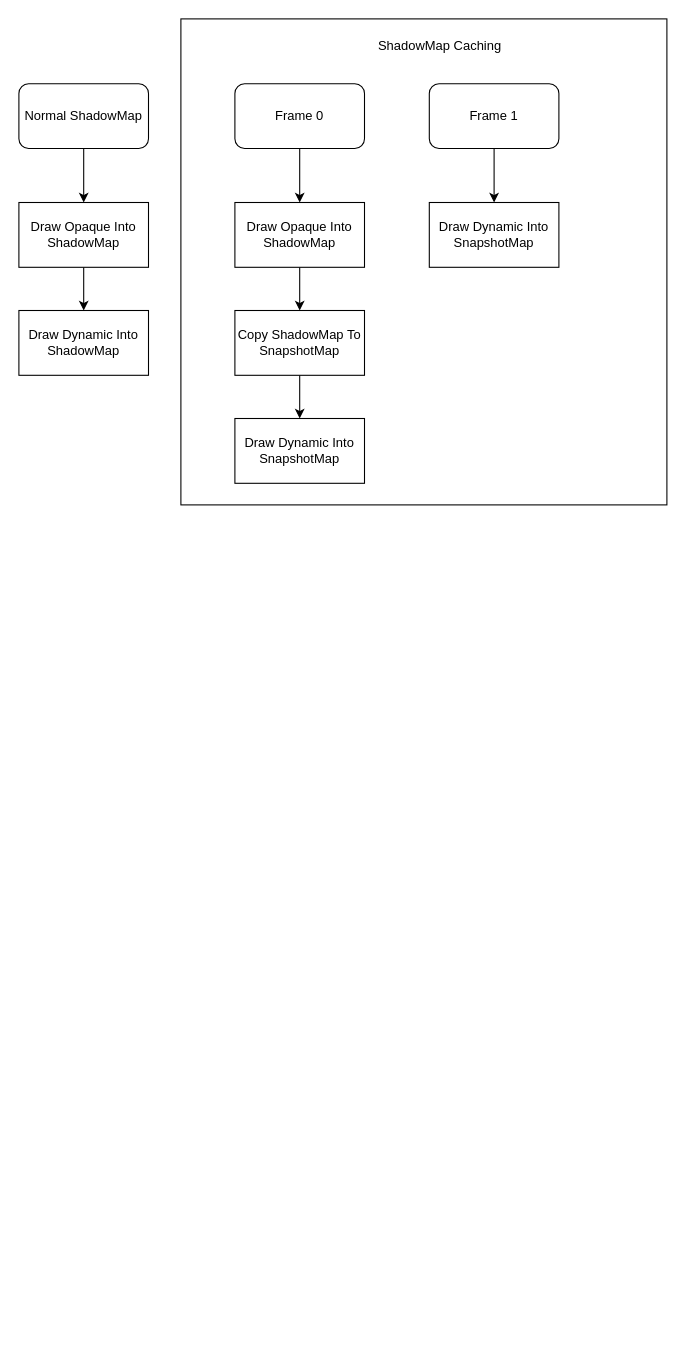
Earlier version of the draw.io diagram CachedShadowMap.drawio (dreamfairy/DrawIO). Source tidied: cells renumbered, new cells numbered last; positions are measured from the earlier drawing's top-left corner, leaving out a move shared by most shapes. Both pictures are drawn from the tidied source at 108%, with x=0, y=0 at pixel (18, 18).
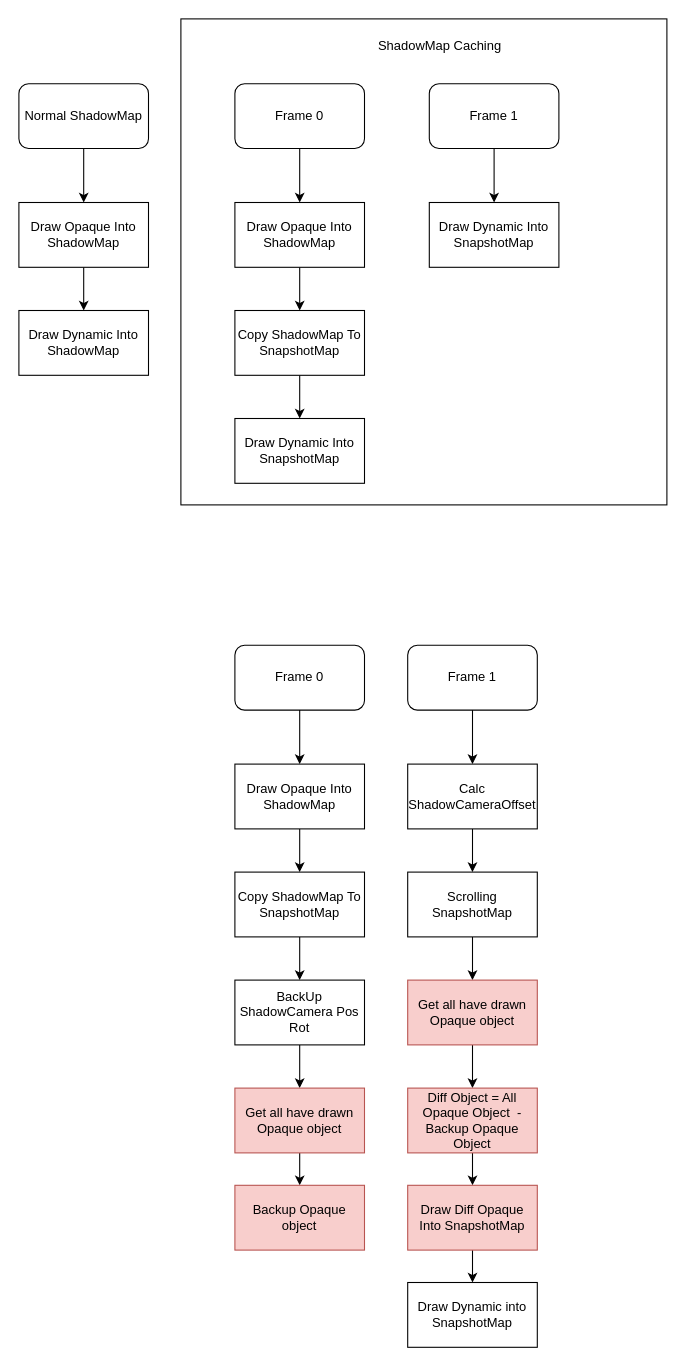
The same page after the edit.

What changed in the source:
```diff
@@
+    <mxCell id="19" style="edgeStyle=orthogonalEdgeStyle;rounded=0;jettySize=auto;html=1;" parent="1" edge="1" source="20">
+      <mxGeometry relative="1" as="geometry">
+        <mxPoint x="260" y="690" as="targetPoint" />
+      </mxGeometry>
+    </mxCell>
+    <mxCell id="20" value="Frame 0" style="rounded=1;whiteSpace=wrap;html=1;" parent="1" vertex="1">
+      <mxGeometry x="200" y="580" width="120" height="60" as="geometry" />
+    </mxCell>
+    <mxCell id="21" style="edgeStyle=orthogonalEdgeStyle;rounded=0;jettySize=auto;html=1;" parent="1" edge="1" source="22">
+      <mxGeometry relative="1" as="geometry">
+        <mxPoint x="260" y="790" as="targetPoint" />
+      </mxGeometry>
+    </mxCell>
+    <mxCell id="22" value="Draw Opaque Into ShadowMap" style="rounded=0;whiteSpace=wrap;html=1;" parent="1" vertex="1">
+      <mxGeometry x="200" y="690" width="120" height="60" as="geometry" />
+    </mxCell>
+    <mxCell id="23" style="edgeStyle=orthogonalEdgeStyle;rounded=0;jettySize=auto;html=1;" parent="1" edge="1" source="24">
+      <mxGeometry relative="1" as="geometry">
+        <mxPoint x="260" y="890" as="targetPoint" />
+      </mxGeometry>
+    </mxCell>
+    <mxCell id="24" value="Copy ShadowMap To SnapshotMap" style="rounded=0;whiteSpace=wrap;html=1;" parent="1" vertex="1">
+      <mxGeometry x="200" y="790" width="120" height="60" as="geometry" />
+    </mxCell>
+    <mxCell id="25" style="edgeStyle=orthogonalEdgeStyle;rounded=0;jettySize=auto;html=1;entryX=0.5;entryY=0;entryDx=0;entryDy=0;" parent="1" edge="1" source="26" target="35">
+      <mxGeometry relative="1" as="geometry" />
+    </mxCell>
+    <mxCell id="26" value="BackUp ShadowCamera Pos Rot" style="rounded=0;whiteSpace=wrap;html=1;" parent="1" vertex="1">
+      <mxGeometry x="200" y="890" width="120" height="60" as="geometry" />
+    </mxCell>
+    <mxCell id="27" style="edgeStyle=orthogonalEdgeStyle;rounded=0;jettySize=auto;html=1;" parent="1" edge="1" source="28">
+      <mxGeometry relative="1" as="geometry">
+        <mxPoint x="420" y="690" as="targetPoint" />
+      </mxGeometry>
+    </mxCell>
+    <mxCell id="28" value="Frame 1" style="rounded=1;whiteSpace=wrap;html=1;" parent="1" vertex="1">
+      <mxGeometry x="360" y="580" width="120" height="60" as="geometry" />
+    </mxCell>
+    <mxCell id="29" style="edgeStyle=orthogonalEdgeStyle;rounded=0;jettySize=auto;html=1;" parent="1" edge="1" source="30">
+      <mxGeometry relative="1" as="geometry">
+        <mxPoint x="420" y="790" as="targetPoint" />
+      </mxGeometry>
+    </mxCell>
+    <mxCell id="30" value="Calc ShadowCameraOffset" style="rounded=0;whiteSpace=wrap;html=1;" parent="1" vertex="1">
+      <mxGeometry x="360" y="690" width="120" height="60" as="geometry" />
+    </mxCell>
+    <mxCell id="31" style="edgeStyle=orthogonalEdgeStyle;rounded=0;jettySize=auto;html=1;" parent="1" edge="1" source="32">
+      <mxGeometry relative="1" as="geometry">
+        <mxPoint x="420" y="890" as="targetPoint" />
+      </mxGeometry>
+    </mxCell>
+    <mxCell id="32" value="Scrolling SnapshotMap" style="rounded=0;whiteSpace=wrap;html=1;" parent="1" vertex="1">
+      <mxGeometry x="360" y="790" width="120" height="60" as="geometry" />
+    </mxCell>
+    <mxCell id="33" value="Draw Dynamic into SnapshotMap" style="rounded=0;whiteSpace=wrap;html=1;" parent="1" vertex="1">
+      <mxGeometry x="360" y="1170" width="120" height="60" as="geometry" />
+    </mxCell>
+    <mxCell id="34" style="edgeStyle=orthogonalEdgeStyle;rounded=0;jettySize=auto;html=1;entryX=0.5;entryY=0;entryDx=0;entryDy=0;" parent="1" edge="1" source="35" target="36">
+      <mxGeometry relative="1" as="geometry" />
+    </mxCell>
+    <mxCell id="35" value="Get all have drawn Opaque object" style="rounded=0;whiteSpace=wrap;html=1;fillColor=#f8cecc;strokeColor=#b85450;" parent="1" vertex="1">
+      <mxGeometry x="200" y="990" width="120" height="60" as="geometry" />
+    </mxCell>
+    <mxCell id="36" value="Backup Opaque object" style="rounded=0;whiteSpace=wrap;html=1;fillColor=#f8cecc;strokeColor=#b85450;" parent="1" vertex="1">
+      <mxGeometry x="200" y="1080" width="120" height="60" as="geometry" />
+    </mxCell>
+    <mxCell id="37" style="edgeStyle=orthogonalEdgeStyle;rounded=0;jettySize=auto;html=1;entryX=0.5;entryY=0;entryDx=0;entryDy=0;" parent="1" edge="1" source="38" target="40">
+      <mxGeometry relative="1" as="geometry" />
+    </mxCell>
+    <mxCell id="38" value="Get all have drawn Opaque object" style="rounded=0;whiteSpace=wrap;html=1;fillColor=#f8cecc;strokeColor=#b85450;" parent="1" vertex="1">
+      <mxGeometry x="360" y="890" width="120" height="60" as="geometry" />
+    </mxCell>
+    <mxCell id="39" style="edgeStyle=orthogonalEdgeStyle;rounded=0;jettySize=auto;html=1;entryX=0.5;entryY=0;entryDx=0;entryDy=0;" parent="1" edge="1" source="40" target="42">
+      <mxGeometry relative="1" as="geometry" />
+    </mxCell>
+    <mxCell id="40" value="Diff Object = All Opaque Object&amp;nbsp; - Backup Opaque Object" style="rounded=0;whiteSpace=wrap;html=1;fillColor=#f8cecc;strokeColor=#b85450;" parent="1" vertex="1">
+      <mxGeometry x="360" y="990" width="120" height="60" as="geometry" />
+    </mxCell>
+    <mxCell id="41" style="edgeStyle=orthogonalEdgeStyle;rounded=0;jettySize=auto;html=1;entryX=0.5;entryY=0;entryDx=0;entryDy=0;" parent="1" edge="1" source="42">
+      <mxGeometry relative="1" as="geometry">
+        <mxPoint x="420" y="1170" as="targetPoint" />
+      </mxGeometry>
+    </mxCell>
+    <mxCell id="42" value="Draw Diff Opaque Into SnapshotMap" style="rounded=0;whiteSpace=wrap;html=1;fillColor=#f8cecc;strokeColor=#b85450;" parent="1" vertex="1">
+      <mxGeometry x="360" y="1080" width="120" height="60" as="geometry" />
+    </mxCell>
```
